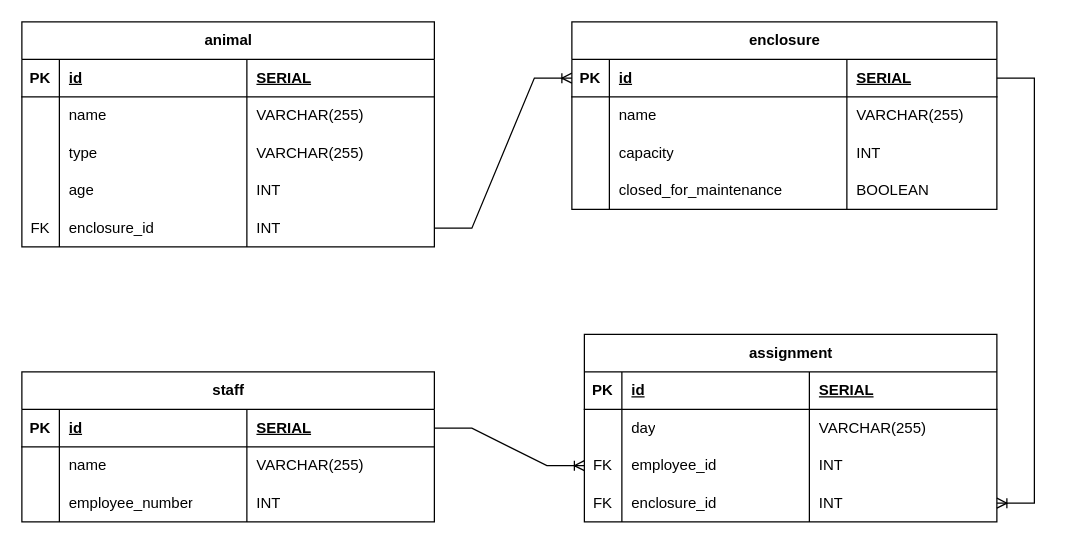
Above: sql_safari_erd.drawio in thomaspeace/lab_sql_safari (draw.io), before the change. Source tidied: cells renumbered, new cells numbered last; positions are measured from the earlier drawing's top-left corner, leaving out a move shared by most shapes. Both pictures are drawn from the tidied source at 125%, with x=0, y=0 at pixel (21, 21).
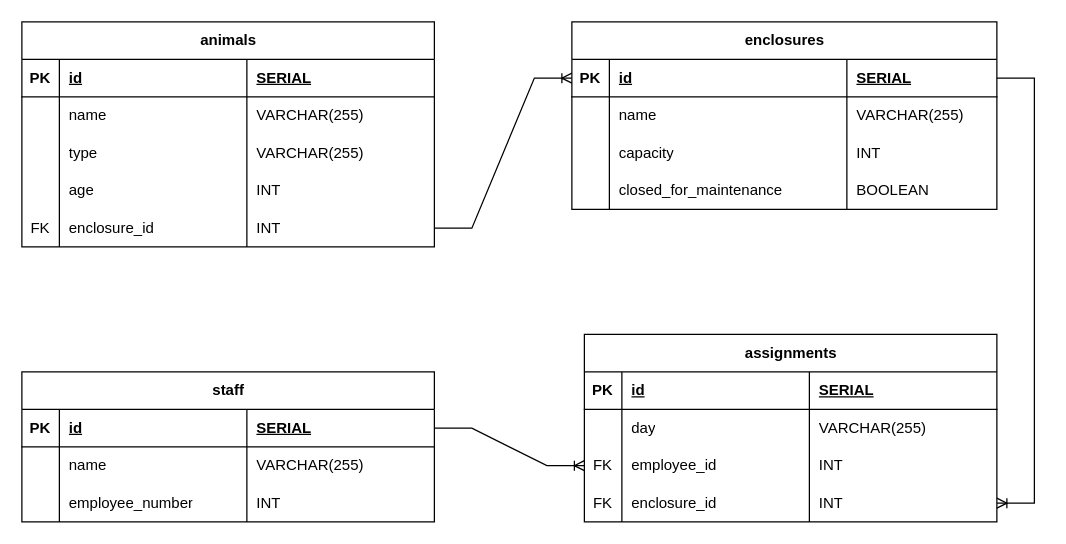
The same diagram, later.

Commit message (it also covers changes not shown here):
add queries for 3 extension questions and update ERD

Change to the diagram source:
```diff
@@
-    <mxCell id="2" value="animal" style="shape=table;startSize=30;childLayout=tableLayout;rowLines=0;fontStyle=1;align=center;html=1;" parent="1" vertex="1">
+    <mxCell id="2" value="animals" style="shape=table;startSize=30;childLayout=tableLayout;rowLines=0;fontStyle=1;align=center;html=1;" parent="1" vertex="1">
       <mxGeometry width="330" height="180" as="geometry" />
     </mxCell>
@@
-    <mxCell id="23" value="enclosure" style="shape=table;startSize=30;childLayout=tableLayout;rowLines=0;fontStyle=1;align=center;html=1;" parent="1" vertex="1">
+    <mxCell id="23" value="enclosures" style="shape=table;startSize=30;childLayout=tableLayout;rowLines=0;fontStyle=1;align=center;html=1;" parent="1" vertex="1">
       <mxGeometry x="440" width="340" height="150" as="geometry" />
     </mxCell>
@@
-    <mxCell id="53" value="assignment" style="shape=table;startSize=30;childLayout=tableLayout;rowLines=0;fontStyle=1;align=center;html=1;" parent="1" vertex="1">
+    <mxCell id="53" value="assignments" style="shape=table;startSize=30;childLayout=tableLayout;rowLines=0;fontStyle=1;align=center;html=1;" parent="1" vertex="1">
       <mxGeometry x="450" y="250" width="330" height="150" as="geometry" />
     </mxCell>
```
